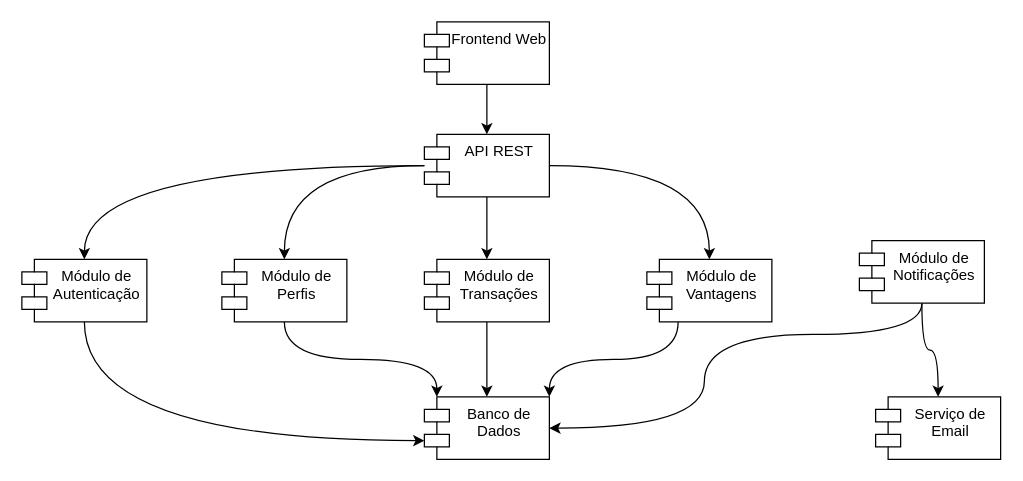
The draw.io diagram projeto/drawio/Diagrama de Componentes.drawio in pedrolucas444/laboratorio-3, before the edit. Source tidied: cells renumbered, new cells numbered last; positions are measured from the earlier drawing's top-left corner, leaving out a move shared by most shapes. Both pictures are drawn from the tidied source at 125%, with x=0, y=0 at pixel (21, 21).
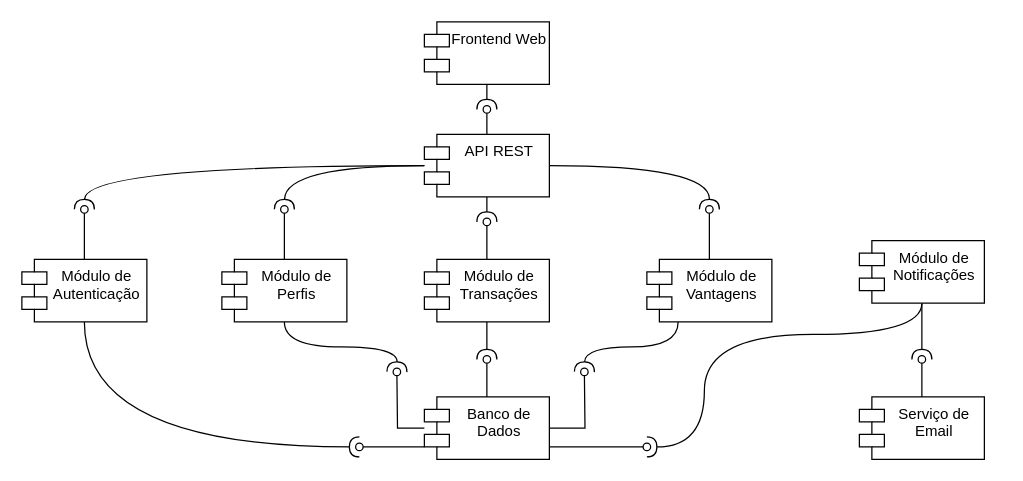
The same page after the edit.

Commit message (it also covers changes not shown here):
update diagrama de componentes

The change refers to these unchanged cells:
```xml
<mxCell id="3" value="Frontend Web" style="shape=module;align=left;spacingLeft=20;align=center;verticalAlign=top;whiteSpace=wrap;html=1;" parent="1" vertex="1">
  <mxGeometry x="322" width="100" height="50" as="geometry" />
</mxCell>
<mxCell id="8" value="API REST" style="shape=module;align=left;spacingLeft=20;align=center;verticalAlign=top;whiteSpace=wrap;html=1;" parent="1" vertex="1">
  <mxGeometry x="322" y="90" width="100" height="50" as="geometry" />
</mxCell>
<mxCell id="9" value="Módulo de Autenticação" style="shape=module;align=left;spacingLeft=20;align=center;verticalAlign=top;whiteSpace=wrap;html=1;" parent="1" vertex="1">
  <mxGeometry y="190" width="100" height="50" as="geometry" />
</mxCell>
<mxCell id="10" value="Banco de Dados" style="shape=module;align=left;spacingLeft=20;align=center;verticalAlign=top;whiteSpace=wrap;html=1;" parent="1" vertex="1">
  <mxGeometry x="322" y="300" width="100" height="50" as="geometry" />
</mxCell>
<mxCell id="11" value="Módulo de Perfis" style="shape=module;align=left;spacingLeft=20;align=center;verticalAlign=top;whiteSpace=wrap;html=1;" parent="1" vertex="1">
  <mxGeometry x="160" y="190" width="100" height="50" as="geometry" />
</mxCell>
<mxCell id="13" value="Módulo de Transações" style="shape=module;align=left;spacingLeft=20;align=center;verticalAlign=top;whiteSpace=wrap;html=1;" parent="1" vertex="1">
  <mxGeometry x="322" y="190" width="100" height="50" as="geometry" />
</mxCell>
<mxCell id="15" value="Módulo de Vantagens" style="shape=module;align=left;spacingLeft=20;align=center;verticalAlign=top;whiteSpace=wrap;html=1;" parent="1" vertex="1">
  <mxGeometry x="500" y="190" width="100" height="50" as="geometry" />
</mxCell>
<mxCell id="18" value="Módulo de Notificações" style="shape=module;align=left;spacingLeft=20;align=center;verticalAlign=top;whiteSpace=wrap;html=1;" parent="1" vertex="1">
  <mxGeometry x="670" y="175" width="100" height="50" as="geometry" />
</mxCell>
```

Change to the diagram source:
```diff
@@
-    <mxCell id="2" style="edgeStyle=orthogonalEdgeStyle;rounded=0;jettySize=auto;html=1;curved=1;" parent="1" edge="1" source="3" target="8">
-      <mxGeometry relative="1" as="geometry" />
-    </mxCell>
+    <mxCell id="22" style="edgeStyle=orthogonalEdgeStyle;rounded=0;jettySize=auto;html=1;endArrow=halfCircle;endFill=0;" parent="1" edge="1" source="3">
+      <mxGeometry relative="1" as="geometry">
+        <mxPoint x="372" y="70" as="targetPoint" />
+      </mxGeometry>
+    </mxCell>
@@
-    <mxCell id="4" style="edgeStyle=orthogonalEdgeStyle;rounded=0;jettySize=auto;html=1;curved=1;" parent="1" edge="1" source="8" target="9">
-      <mxGeometry relative="1" as="geometry" />
+    <mxCell id="4" style="edgeStyle=orthogonalEdgeStyle;rounded=0;jettySize=auto;html=1;curved=1;endArrow=halfCircle;endFill=0;" parent="1" edge="1" source="8">
+      <mxGeometry relative="1" as="geometry">
+        <mxPoint x="50" y="150" as="targetPoint" />
+      </mxGeometry>
     </mxCell>
-    <mxCell id="5" style="edgeStyle=orthogonalEdgeStyle;rounded=0;jettySize=auto;html=1;curved=1;" parent="1" edge="1" source="8" target="11">
-      <mxGeometry relative="1" as="geometry" />
+    <mxCell id="5" style="edgeStyle=orthogonalEdgeStyle;rounded=0;jettySize=auto;html=1;curved=1;endArrow=halfCircle;endFill=0;" parent="1" edge="1" source="8">
+      <mxGeometry relative="1" as="geometry">
+        <mxPoint x="210" y="150" as="targetPoint" />
+      </mxGeometry>
     </mxCell>
-    <mxCell id="6" style="edgeStyle=orthogonalEdgeStyle;rounded=0;jettySize=auto;html=1;curved=1;" parent="1" edge="1" source="8" target="13">
-      <mxGeometry relative="1" as="geometry" />
-    </mxCell>
-    <mxCell id="7" style="edgeStyle=orthogonalEdgeStyle;rounded=0;jettySize=auto;html=1;curved=1;" parent="1" edge="1" source="8" target="15">
-      <mxGeometry relative="1" as="geometry" />
+    <mxCell id="7" style="edgeStyle=orthogonalEdgeStyle;rounded=0;jettySize=auto;html=1;curved=1;endArrow=halfCircle;endFill=0;" parent="1" edge="1" source="8">
+      <mxGeometry relative="1" as="geometry">
+        <mxPoint x="550" y="150" as="targetPoint" />
+      </mxGeometry>
     </mxCell>
+    <mxCell id="23" style="edgeStyle=orthogonalEdgeStyle;rounded=0;jettySize=auto;html=1;endArrow=oval;endFill=0;" parent="1" edge="1" source="8">
+      <mxGeometry relative="1" as="geometry">
+        <mxPoint x="372" y="70" as="targetPoint" />
+      </mxGeometry>
+    </mxCell>
+    <mxCell id="24" style="edgeStyle=orthogonalEdgeStyle;rounded=0;jettySize=auto;html=1;endArrow=halfCircle;endFill=0;" parent="1" edge="1" source="8">
+      <mxGeometry relative="1" as="geometry">
+        <mxPoint x="372" y="160" as="targetPoint" />
+      </mxGeometry>
+    </mxCell>
@@
+    <mxCell id="25" style="edgeStyle=orthogonalEdgeStyle;rounded=0;jettySize=auto;html=1;endArrow=oval;endFill=0;" parent="1" edge="1" source="9">
+      <mxGeometry relative="1" as="geometry">
+        <mxPoint x="50" y="150" as="targetPoint" />
+      </mxGeometry>
+    </mxCell>
@@
+    <mxCell id="26" style="edgeStyle=orthogonalEdgeStyle;rounded=0;jettySize=auto;html=1;endArrow=oval;endFill=0;" parent="1" edge="1" source="10">
+      <mxGeometry relative="1" as="geometry">
+        <mxPoint x="300" y="280" as="targetPoint" />
+      </mxGeometry>
+    </mxCell>
+    <mxCell id="27" style="edgeStyle=orthogonalEdgeStyle;rounded=0;jettySize=auto;html=1;endArrow=oval;endFill=0;" parent="1" edge="1" source="10">
+      <mxGeometry relative="1" as="geometry">
+        <mxPoint x="270" y="340" as="targetPoint" />
+        <Array as="points">
+          <mxPoint x="290" y="340" />
+          <mxPoint x="290" y="340" />
+        </Array>
+      </mxGeometry>
+    </mxCell>
+    <mxCell id="28" style="edgeStyle=orthogonalEdgeStyle;rounded=0;jettySize=auto;html=1;endArrow=oval;endFill=0;" parent="1" edge="1" source="10">
+      <mxGeometry relative="1" as="geometry">
+        <mxPoint x="372" y="270" as="targetPoint" />
+      </mxGeometry>
+    </mxCell>
+    <mxCell id="29" style="edgeStyle=orthogonalEdgeStyle;rounded=0;jettySize=auto;html=1;endArrow=oval;endFill=0;" parent="1" edge="1" source="10">
+      <mxGeometry relative="1" as="geometry">
+        <mxPoint x="450" y="280" as="targetPoint" />
+      </mxGeometry>
+    </mxCell>
+    <mxCell id="30" style="edgeStyle=orthogonalEdgeStyle;rounded=0;jettySize=auto;html=1;endArrow=oval;endFill=0;" parent="1" edge="1" source="10">
+      <mxGeometry relative="1" as="geometry">
+        <mxPoint x="500" y="340" as="targetPoint" />
+        <Array as="points">
+          <mxPoint x="440" y="340" />
+          <mxPoint x="440" y="340" />
+        </Array>
+      </mxGeometry>
+    </mxCell>
@@
+    <mxCell id="31" style="edgeStyle=orthogonalEdgeStyle;rounded=0;jettySize=auto;html=1;endArrow=oval;endFill=0;" parent="1" edge="1" source="11">
+      <mxGeometry relative="1" as="geometry">
+        <mxPoint x="210" y="150" as="targetPoint" />
+      </mxGeometry>
+    </mxCell>
@@
-    <mxCell id="12" style="edgeStyle=orthogonalEdgeStyle;rounded=0;jettySize=auto;html=1;curved=1;" parent="1" edge="1" source="13" target="10">
-      <mxGeometry relative="1" as="geometry" />
+    <mxCell id="12" style="edgeStyle=orthogonalEdgeStyle;rounded=0;jettySize=auto;html=1;curved=1;endArrow=halfCircle;endFill=0;" parent="1" edge="1" source="13">
+      <mxGeometry relative="1" as="geometry">
+        <mxPoint x="372" y="270" as="targetPoint" />
+      </mxGeometry>
     </mxCell>
+    <mxCell id="32" style="edgeStyle=orthogonalEdgeStyle;rounded=0;jettySize=auto;html=1;endArrow=oval;endFill=0;" parent="1" edge="1" source="13">
+      <mxGeometry relative="1" as="geometry">
+        <mxPoint x="372" y="160" as="targetPoint" />
+      </mxGeometry>
+    </mxCell>
@@
-    <mxCell id="14" style="edgeStyle=orthogonalEdgeStyle;rounded=0;jettySize=auto;html=1;curved=1;exitX=0.25;exitY=1;exitDx=0;exitDy=0;entryX=1;entryY=0;entryDx=0;entryDy=0;" parent="1" edge="1" source="15" target="10">
-      <mxGeometry relative="1" as="geometry" />
+    <mxCell id="14" style="edgeStyle=orthogonalEdgeStyle;rounded=0;jettySize=auto;html=1;curved=1;exitX=0.25;exitY=1;exitDx=0;exitDy=0;endArrow=halfCircle;endFill=0;" parent="1" edge="1" source="15">
+      <mxGeometry relative="1" as="geometry">
+        <mxPoint x="450" y="280" as="targetPoint" />
+      </mxGeometry>
     </mxCell>
+    <mxCell id="33" style="edgeStyle=orthogonalEdgeStyle;rounded=0;jettySize=auto;html=1;endArrow=oval;endFill=0;" parent="1" edge="1" source="15">
+      <mxGeometry relative="1" as="geometry">
+        <mxPoint x="550" y="150" as="targetPoint" />
+      </mxGeometry>
+    </mxCell>
@@
-    <mxCell id="16" style="edgeStyle=orthogonalEdgeStyle;rounded=0;jettySize=auto;html=1;curved=1;" parent="1" edge="1" source="18" target="19">
-      <mxGeometry relative="1" as="geometry" />
+    <mxCell id="16" style="edgeStyle=orthogonalEdgeStyle;rounded=0;jettySize=auto;html=1;curved=1;endArrow=halfCircle;endFill=0;" parent="1" edge="1" source="18">
+      <mxGeometry relative="1" as="geometry">
+        <mxPoint x="720" y="270" as="targetPoint" />
+      </mxGeometry>
     </mxCell>
-    <mxCell id="17" style="edgeStyle=orthogonalEdgeStyle;rounded=0;jettySize=auto;html=1;entryX=1;entryY=0.5;entryDx=0;entryDy=0;curved=1;" parent="1" edge="1" source="18" target="10">
+    <mxCell id="17" style="edgeStyle=orthogonalEdgeStyle;rounded=0;jettySize=auto;html=1;curved=1;endArrow=halfCircle;endFill=0;" parent="1" edge="1" source="18">
       <mxGeometry relative="1" as="geometry">
+        <mxPoint x="500" y="340" as="targetPoint" />
         <Array as="points">
           <mxPoint x="720" y="250" />
           <mxPoint x="546" y="250" />
-          <mxPoint x="546" y="325" />
+          <mxPoint x="546" y="340" />
         </Array>
       </mxGeometry>
     </mxCell>
@@
+    <mxCell id="34" style="edgeStyle=orthogonalEdgeStyle;rounded=0;jettySize=auto;html=1;endArrow=oval;endFill=0;" parent="1" edge="1" source="19">
+      <mxGeometry relative="1" as="geometry">
+        <mxPoint x="720" y="270" as="targetPoint" />
+      </mxGeometry>
+    </mxCell>
     <mxCell id="19" value="Serviço de Email" style="shape=module;align=left;spacingLeft=20;align=center;verticalAlign=top;whiteSpace=wrap;html=1;" parent="1" vertex="1">
-      <mxGeometry x="683" y="300" width="100" height="50" as="geometry" />
+      <mxGeometry x="670" y="300" width="100" height="50" as="geometry" />
     </mxCell>
-    <mxCell id="20" style="edgeStyle=orthogonalEdgeStyle;rounded=0;jettySize=auto;html=1;entryX=0;entryY=0;entryDx=10;entryDy=0;entryPerimeter=0;curved=1;exitX=0.5;exitY=1;exitDx=0;exitDy=0;" parent="1" edge="1" source="11" target="10">
-      <mxGeometry relative="1" as="geometry" />
+    <mxCell id="20" style="edgeStyle=orthogonalEdgeStyle;rounded=0;jettySize=auto;html=1;curved=1;exitX=0.5;exitY=1;exitDx=0;exitDy=0;endArrow=halfCircle;endFill=0;" parent="1" edge="1" source="11">
+      <mxGeometry relative="1" as="geometry">
+        <mxPoint x="300" y="280" as="targetPoint" />
+      </mxGeometry>
     </mxCell>
-    <mxCell id="21" style="edgeStyle=orthogonalEdgeStyle;rounded=0;jettySize=auto;html=1;entryX=0;entryY=0;entryDx=0;entryDy=35;entryPerimeter=0;curved=1;exitX=0.5;exitY=1;exitDx=0;exitDy=0;" parent="1" edge="1" source="9" target="10">
-      <mxGeometry relative="1" as="geometry" />
+    <mxCell id="21" style="edgeStyle=orthogonalEdgeStyle;rounded=0;jettySize=auto;html=1;curved=1;exitX=0.5;exitY=1;exitDx=0;exitDy=0;endArrow=halfCircle;endFill=0;" parent="1" edge="1" source="9">
+      <mxGeometry relative="1" as="geometry">
+        <mxPoint x="270" y="340" as="targetPoint" />
+        <Array as="points">
+          <mxPoint x="50" y="340" />
+        </Array>
+      </mxGeometry>
     </mxCell>
```
